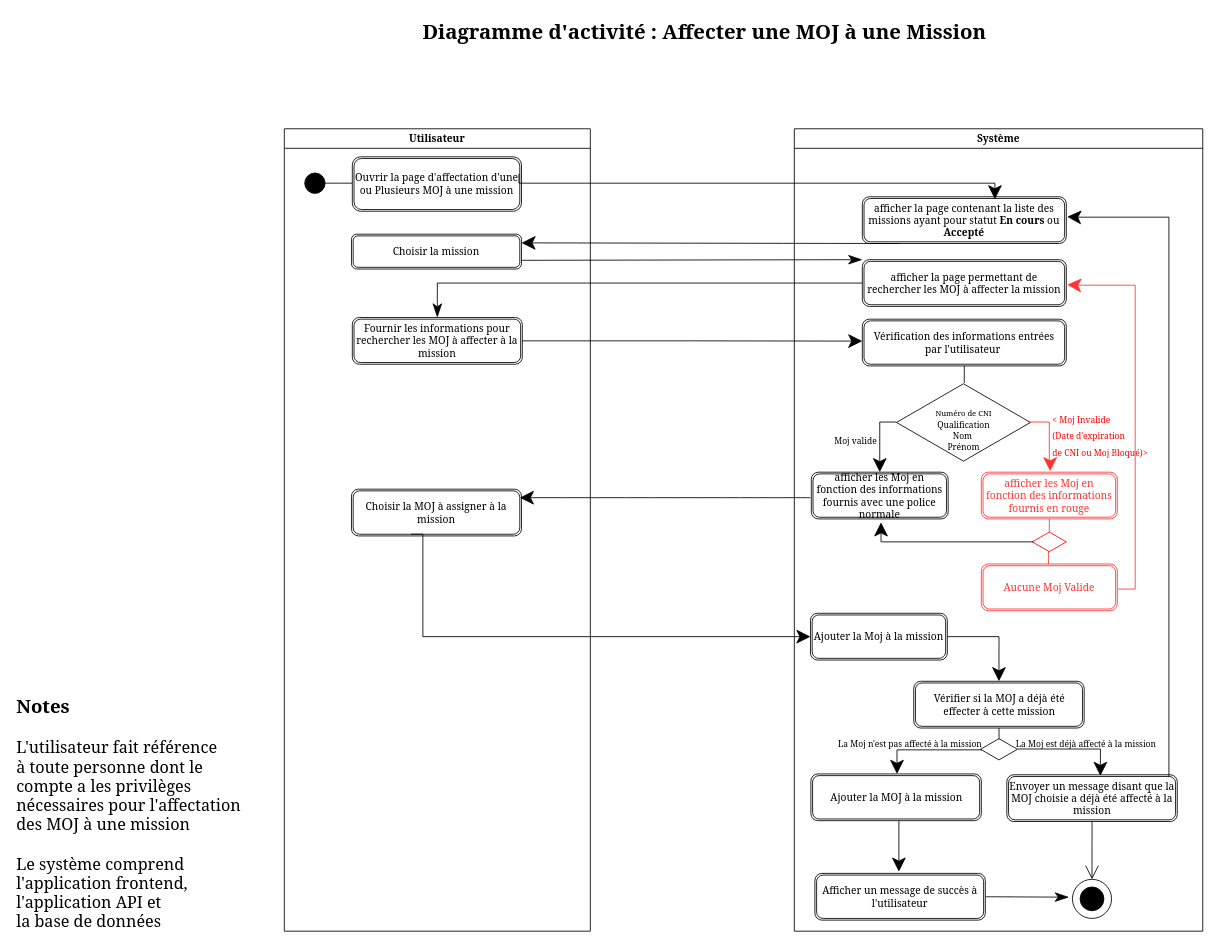
Before: ActivityDiagramAssignsMojMission.drawio in ThuranJunior-AGL/AnalyseGEMOj, a draw.io diagram. Source tidied: cells renumbered, new cells numbered last; positions are measured from the earlier drawing's top-left corner, leaving out a move shared by most shapes. Both pictures are drawn from the tidied source at 85%, with x=0, y=0 at pixel (14, 14).
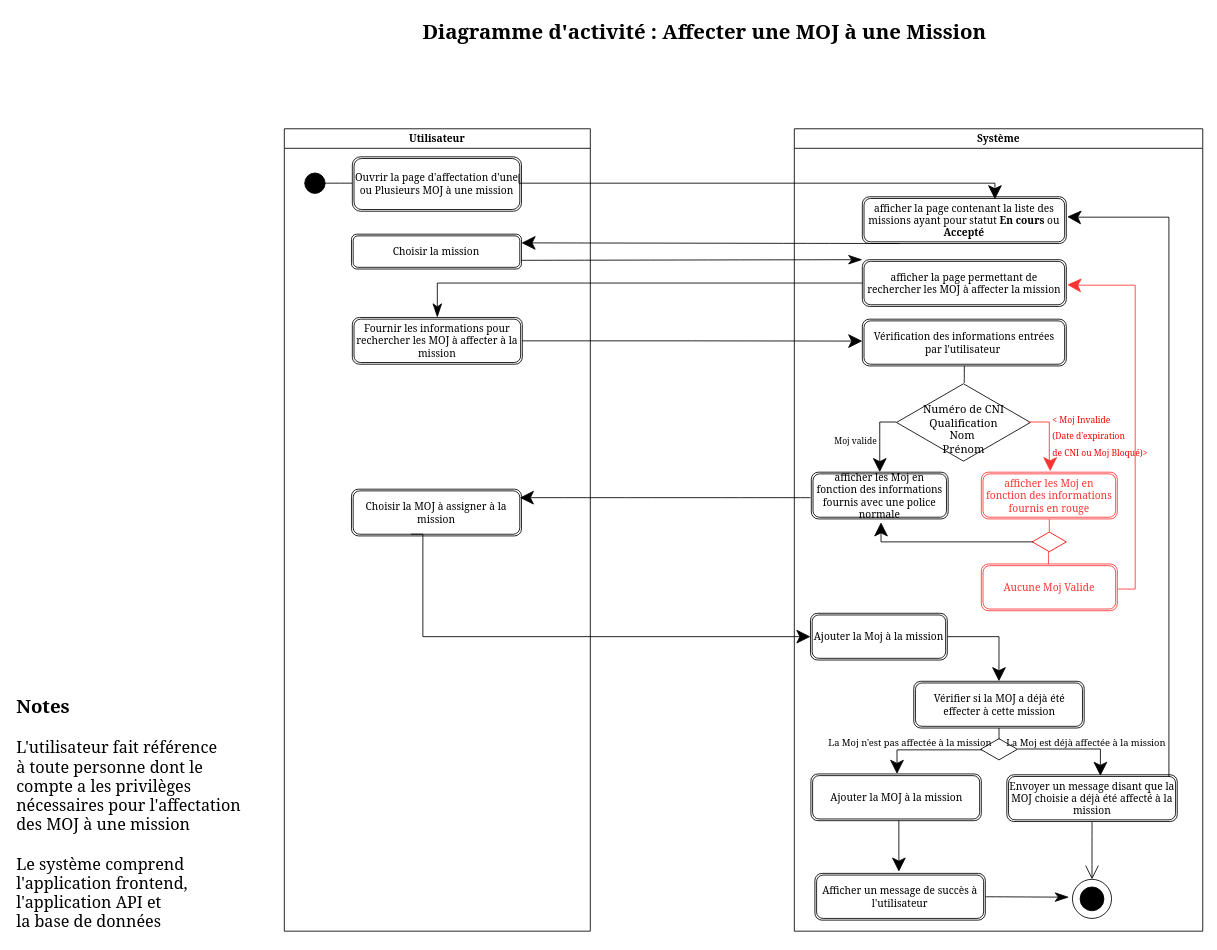
The same page after the edit.

Commit message (it also covers changes not shown here):
Mettre à jour ActivityDiagramAssignsMojMission.drawio

The change refers to these unchanged cells:
```xml
<mxCell id="9" value="Système" style="swimlane;whiteSpace=wrap;html=1;fontFamily=Georgia;" parent="1" vertex="1">
  <mxGeometry x="917" y="134" width="480.5" height="944" as="geometry" />
</mxCell>
<mxCell id="28" style="endArrow=none;html=1;rounded=0;fontFamily=Georgia;fontSize=16;startSize=14;endSize=14;sourcePerimeterSpacing=8;targetPerimeterSpacing=8;edgeStyle=orthogonalEdgeStyle;exitX=0.5;exitY=0;exitDx=0;exitDy=0;entryX=0.037;entryY=0.526;entryDx=0;entryDy=0;entryPerimeter=0;startArrow=classic;startFill=1;" parent="9" edge="1" target="25">
  <mxGeometry relative="1" as="geometry">
    <mxPoint x="120.8" y="759" as="sourcePoint" />
    <Array as="points">
      <mxPoint x="121" y="731" />
    </Array>
  </mxGeometry>
</mxCell>
<mxCell id="32" style="endArrow=none;html=1;rounded=0;fontFamily=Georgia;fontSize=16;startSize=14;endSize=14;sourcePerimeterSpacing=8;targetPerimeterSpacing=8;entryX=1.006;entryY=0.487;entryDx=0;entryDy=0;entryPerimeter=0;exitX=0.549;exitY=0.024;exitDx=0;exitDy=0;exitPerimeter=0;edgeStyle=orthogonalEdgeStyle;startArrow=classic;startFill=1;" parent="9" edge="1" source="31" target="25">
  <mxGeometry relative="1" as="geometry">
    <Array as="points">
      <mxPoint x="360" y="730" />
    </Array>
  </mxGeometry>
</mxCell>
```

The edit, as a diff of the source:
```diff
@@
-    <mxCell id="13" value="&lt;div style=&quot;font-size: 11px;&quot;&gt;&lt;font style=&quot;font-size: 11px;&quot;&gt;&lt;br&gt;&lt;/font&gt;&lt;/div&gt;&lt;div style=&quot;font-size: 11px;&quot;&gt;&lt;span style=&quot;font-size: 9px; background-color: initial;&quot;&gt;&lt;br&gt;&lt;/span&gt;&lt;/div&gt;&lt;div style=&quot;font-size: 11px;&quot;&gt;&lt;span style=&quot;font-size: 9px; background-color: initial;&quot;&gt;Numéro de CNI&lt;/span&gt;&lt;br&gt;&lt;/div&gt;&lt;div style=&quot;font-size: 11px;&quot;&gt;&lt;font style=&quot;font-size: 10px;&quot;&gt;Qualification&lt;/font&gt;&lt;/div&gt;&lt;div style=&quot;font-size: 11px;&quot;&gt;&lt;font style=&quot;font-size: 10px;&quot;&gt;Nom&amp;nbsp;&lt;/font&gt;&lt;/div&gt;&lt;div style=&quot;font-size: 11px;&quot;&gt;&lt;font style=&quot;font-size: 10px;&quot;&gt;Prénom&lt;/font&gt;&lt;/div&gt;&lt;div style=&quot;font-size: 11px;&quot;&gt;&lt;br&gt;&lt;/div&gt;" style="html=1;whiteSpace=wrap;shape=isoRectangle;fontFamily=Georgia;" parent="9" vertex="1">
+    <mxCell id="13" value="&lt;div style=&quot;font-size: 13px;&quot;&gt;&lt;font style=&quot;font-size: 13px;&quot;&gt;&lt;br&gt;&lt;/font&gt;&lt;/div&gt;&lt;div style=&quot;font-size: 13px;&quot;&gt;&lt;span style=&quot;background-color: initial;&quot;&gt;&lt;font style=&quot;font-size: 13px;&quot;&gt;&lt;br&gt;&lt;/font&gt;&lt;/span&gt;&lt;/div&gt;&lt;div style=&quot;font-size: 13px;&quot;&gt;&lt;font style=&quot;font-size: 13px;&quot;&gt;&lt;span style=&quot;background-color: initial;&quot;&gt;Numéro de CNI&lt;/span&gt;&lt;br&gt;&lt;/font&gt;&lt;/div&gt;&lt;div style=&quot;font-size: 13px;&quot;&gt;&lt;font style=&quot;font-size: 13px;&quot;&gt;Qualification&lt;/font&gt;&lt;/div&gt;&lt;div style=&quot;font-size: 13px;&quot;&gt;&lt;font style=&quot;font-size: 13px;&quot;&gt;Nom&amp;nbsp;&lt;/font&gt;&lt;/div&gt;&lt;div style=&quot;font-size: 13px;&quot;&gt;&lt;font style=&quot;font-size: 13px;&quot;&gt;Prénom&lt;/font&gt;&lt;/div&gt;&lt;div style=&quot;font-size: 13px;&quot;&gt;&lt;br&gt;&lt;/div&gt;" style="html=1;whiteSpace=wrap;shape=isoRectangle;fontFamily=Georgia;" parent="9" vertex="1">
       <mxGeometry x="84.5" y="300" width="229" height="91" as="geometry" />
     </mxCell>
@@
-    <mxCell id="29" value="&lt;font style=&quot;font-size: 10px;&quot;&gt;La Moj n'est pas affecté à la mission&lt;/font&gt;" style="edgeLabel;html=1;align=center;verticalAlign=middle;fontSize=16;fontFamily=Georgia;labelBackgroundColor=none;" parent="28" vertex="1">
+    <mxCell id="29" value="&lt;font style=&quot;font-size: 11px;&quot;&gt;La Moj n'est pas affectée à la mission&lt;/font&gt;" style="edgeLabel;html=1;align=center;verticalAlign=middle;fontSize=16;fontFamily=Georgia;labelBackgroundColor=none;" parent="28" vertex="1">
       <mxGeometry x="-0.06" y="2" relative="1" as="geometry">
-        <mxPoint x="-17" y="-7" as="offset" />
+        <mxPoint x="-17" y="-8" as="offset" />
       </mxGeometry>
     </mxCell>
@@
-    <mxCell id="33" value="&lt;font style=&quot;font-size: 10px;&quot;&gt;La Moj est déjà affecté à la mission&lt;/font&gt;" style="edgeLabel;html=1;align=center;verticalAlign=middle;fontSize=16;fontFamily=Georgia;labelBackgroundColor=none;" parent="32" vertex="1">
+    <mxCell id="33" value="&lt;font style=&quot;font-size: 11px;&quot;&gt;La Moj est déjà affectée à la mission&lt;/font&gt;" style="edgeLabel;html=1;align=center;verticalAlign=middle;fontSize=16;fontFamily=Georgia;labelBackgroundColor=none;" parent="32" vertex="1">
       <mxGeometry x="0.11" y="1" relative="1" as="geometry">
-        <mxPoint x="23" y="-9" as="offset" />
+        <mxPoint x="23" y="-10" as="offset" />
       </mxGeometry>
     </mxCell>
```
